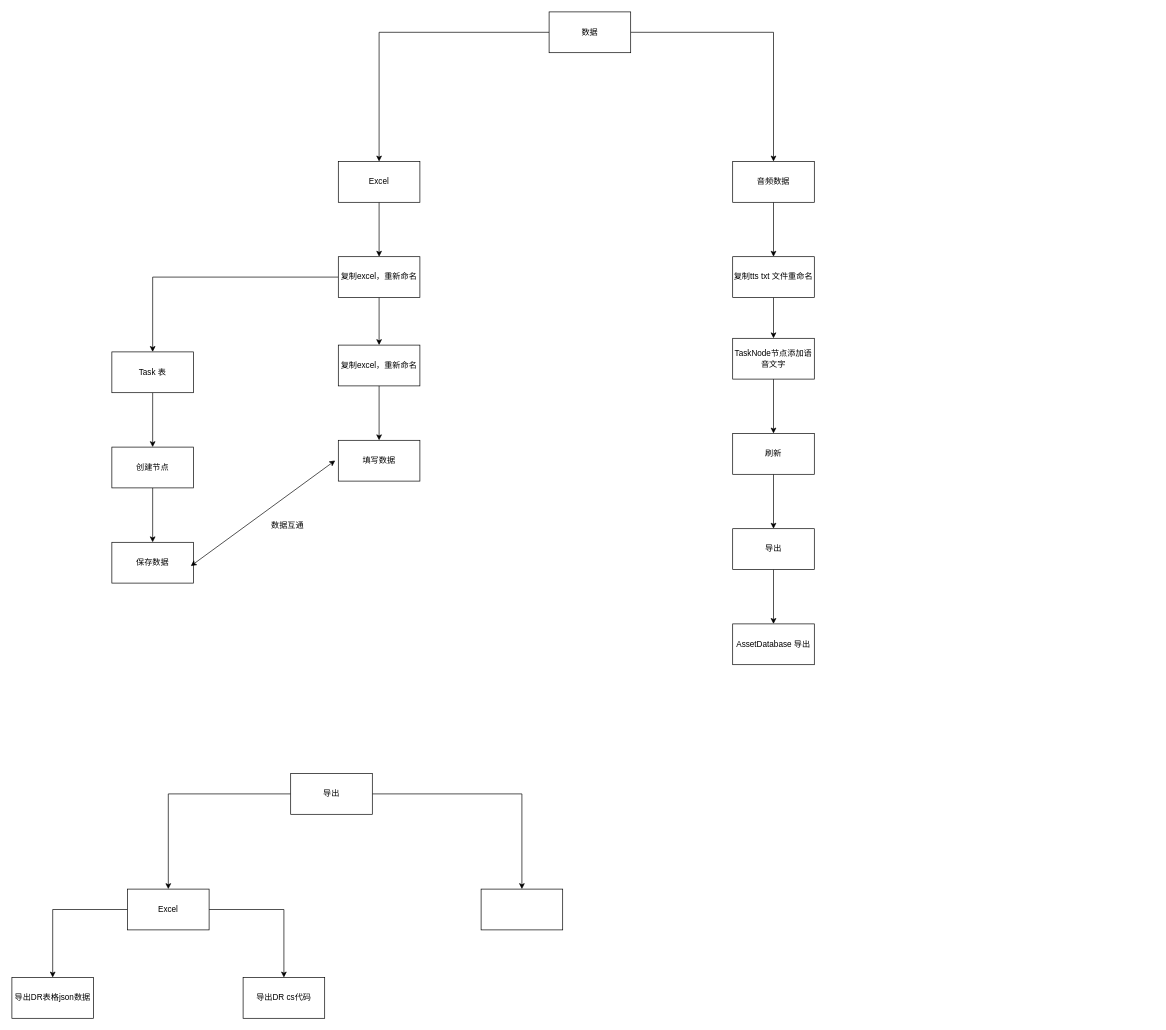
Earlier version of the draw.io diagram page "confg 配置" (3 of 10) of GT/GT.drawio (xzp3094997376/DrawIO). Source tidied: cells renumbered, new cells numbered last; positions are measured from the earlier drawing's top-left corner, leaving out a move shared by most shapes. Both pictures are drawn from the tidied source at 68%, with x=0, y=0 at pixel (12, 12).
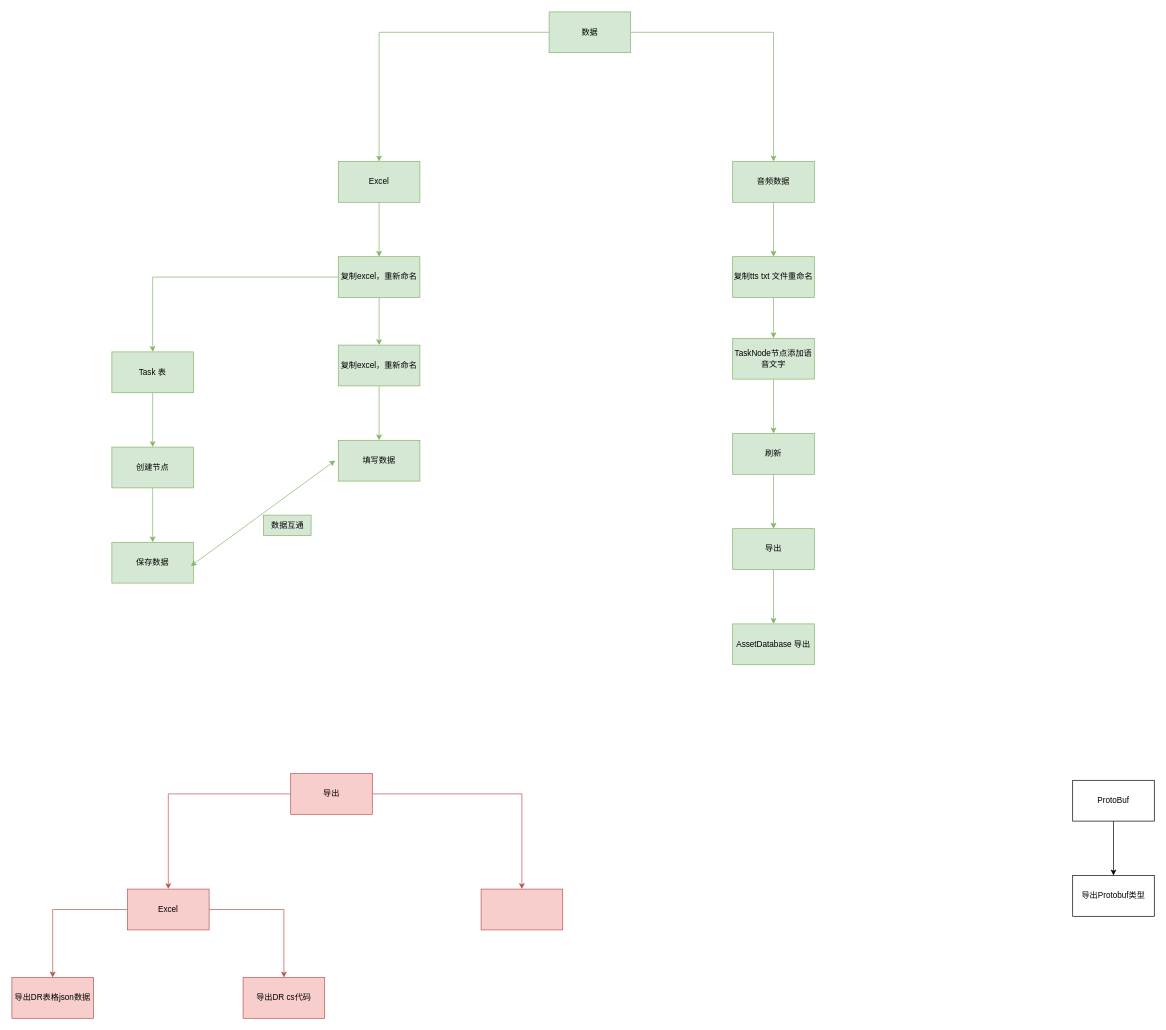
The same page after the edit.

The edit, as a diff of the source:
```diff
@@
-    <mxCell id="2" style="edgeStyle=orthogonalEdgeStyle;rounded=0;jettySize=auto;html=1;" parent="1" edge="1" source="4" target="6">
+    <mxCell id="2" style="edgeStyle=orthogonalEdgeStyle;rounded=0;jettySize=auto;html=1;fillColor=#d5e8d4;strokeColor=#82b366;" parent="1" edge="1" source="4" target="6">
       <mxGeometry relative="1" as="geometry" />
     </mxCell>
-    <mxCell id="3" style="edgeStyle=orthogonalEdgeStyle;rounded=0;jettySize=auto;html=1;" parent="1" edge="1" source="4" target="19">
+    <mxCell id="3" style="edgeStyle=orthogonalEdgeStyle;rounded=0;jettySize=auto;html=1;fillColor=#d5e8d4;strokeColor=#82b366;" parent="1" edge="1" source="4" target="19">
       <mxGeometry relative="1" as="geometry" />
     </mxCell>
-    <mxCell id="4" value="数据" style="whiteSpace=wrap;html=1;" parent="1" vertex="1">
+    <mxCell id="4" value="数据" style="whiteSpace=wrap;html=1;fillColor=#d5e8d4;strokeColor=#82b366;" parent="1" vertex="1">
       <mxGeometry x="790" width="120" height="60" as="geometry" />
     </mxCell>
-    <mxCell id="5" style="edgeStyle=orthogonalEdgeStyle;rounded=0;jettySize=auto;html=1;" parent="1" edge="1" source="6" target="9">
+    <mxCell id="5" style="edgeStyle=orthogonalEdgeStyle;rounded=0;jettySize=auto;html=1;fillColor=#d5e8d4;strokeColor=#82b366;" parent="1" edge="1" source="6" target="9">
       <mxGeometry relative="1" as="geometry" />
     </mxCell>
-    <mxCell id="6" value="Excel" style="whiteSpace=wrap;html=1;" parent="1" vertex="1">
+    <mxCell id="6" value="Excel" style="whiteSpace=wrap;html=1;fillColor=#d5e8d4;strokeColor=#82b366;" parent="1" vertex="1">
       <mxGeometry x="480" y="220" width="120" height="60" as="geometry" />
     </mxCell>
-    <mxCell id="7" style="edgeStyle=orthogonalEdgeStyle;rounded=0;jettySize=auto;html=1;" parent="1" edge="1" source="9" target="11">
+    <mxCell id="7" style="edgeStyle=orthogonalEdgeStyle;rounded=0;jettySize=auto;html=1;fillColor=#d5e8d4;strokeColor=#82b366;" parent="1" edge="1" source="9" target="11">
       <mxGeometry relative="1" as="geometry" />
     </mxCell>
-    <mxCell id="8" style="edgeStyle=orthogonalEdgeStyle;rounded=0;jettySize=auto;html=1;" parent="1" edge="1" source="9" target="16">
+    <mxCell id="8" style="edgeStyle=orthogonalEdgeStyle;rounded=0;jettySize=auto;html=1;fillColor=#d5e8d4;strokeColor=#82b366;" parent="1" edge="1" source="9" target="16">
       <mxGeometry relative="1" as="geometry" />
     </mxCell>
-    <mxCell id="9" value="复制excel，重新命名&lt;br&gt;" style="whiteSpace=wrap;html=1;" parent="1" vertex="1">
+    <mxCell id="9" value="复制excel，重新命名&lt;br&gt;" style="whiteSpace=wrap;html=1;fillColor=#d5e8d4;strokeColor=#82b366;" parent="1" vertex="1">
       <mxGeometry x="480" y="360" width="120" height="60" as="geometry" />
     </mxCell>
-    <mxCell id="10" style="edgeStyle=orthogonalEdgeStyle;rounded=0;jettySize=auto;html=1;" parent="1" edge="1" source="11" target="13">
+    <mxCell id="10" style="edgeStyle=orthogonalEdgeStyle;rounded=0;jettySize=auto;html=1;fillColor=#d5e8d4;strokeColor=#82b366;" parent="1" edge="1" source="11" target="13">
       <mxGeometry relative="1" as="geometry" />
     </mxCell>
-    <mxCell id="11" value="Task 表&lt;br&gt;" style="whiteSpace=wrap;html=1;" parent="1" vertex="1">
+    <mxCell id="11" value="Task 表&lt;br&gt;" style="whiteSpace=wrap;html=1;fillColor=#d5e8d4;strokeColor=#82b366;" parent="1" vertex="1">
       <mxGeometry x="147" y="500" width="120" height="60" as="geometry" />
     </mxCell>
-    <mxCell id="12" style="edgeStyle=orthogonalEdgeStyle;rounded=0;jettySize=auto;html=1;" parent="1" edge="1" source="13" target="14">
+    <mxCell id="12" style="edgeStyle=orthogonalEdgeStyle;rounded=0;jettySize=auto;html=1;fillColor=#d5e8d4;strokeColor=#82b366;" parent="1" edge="1" source="13" target="14">
       <mxGeometry relative="1" as="geometry" />
     </mxCell>
-    <mxCell id="13" value="创建节点&lt;br&gt;" style="whiteSpace=wrap;html=1;" parent="1" vertex="1">
+    <mxCell id="13" value="创建节点&lt;br&gt;" style="whiteSpace=wrap;html=1;fillColor=#d5e8d4;strokeColor=#82b366;" parent="1" vertex="1">
       <mxGeometry x="147" y="640" width="120" height="60" as="geometry" />
     </mxCell>
-    <mxCell id="14" value="保存数据" style="whiteSpace=wrap;html=1;" parent="1" vertex="1">
+    <mxCell id="14" value="保存数据" style="whiteSpace=wrap;html=1;fillColor=#d5e8d4;strokeColor=#82b366;" parent="1" vertex="1">
       <mxGeometry x="147" y="780" width="120" height="60" as="geometry" />
     </mxCell>
-    <mxCell id="15" style="edgeStyle=orthogonalEdgeStyle;rounded=0;jettySize=auto;html=1;" parent="1" edge="1" source="16" target="17">
+    <mxCell id="15" style="edgeStyle=orthogonalEdgeStyle;rounded=0;jettySize=auto;html=1;fillColor=#d5e8d4;strokeColor=#82b366;" parent="1" edge="1" source="16" target="17">
       <mxGeometry relative="1" as="geometry" />
     </mxCell>
-    <mxCell id="16" value="复制excel，重新命名&lt;br&gt;" style="whiteSpace=wrap;html=1;" parent="1" vertex="1">
+    <mxCell id="16" value="复制excel，重新命名&lt;br&gt;" style="whiteSpace=wrap;html=1;fillColor=#d5e8d4;strokeColor=#82b366;" parent="1" vertex="1">
       <mxGeometry x="480" y="490" width="120" height="60" as="geometry" />
     </mxCell>
-    <mxCell id="17" value="填写数据" style="whiteSpace=wrap;html=1;" parent="1" vertex="1">
+    <mxCell id="17" value="填写数据" style="whiteSpace=wrap;html=1;fillColor=#d5e8d4;strokeColor=#82b366;" parent="1" vertex="1">
       <mxGeometry x="480" y="630" width="120" height="60" as="geometry" />
     </mxCell>
-    <mxCell id="18" style="edgeStyle=orthogonalEdgeStyle;rounded=0;jettySize=auto;html=1;" parent="1" edge="1" source="19" target="21">
+    <mxCell id="18" style="edgeStyle=orthogonalEdgeStyle;rounded=0;jettySize=auto;html=1;fillColor=#d5e8d4;strokeColor=#82b366;" parent="1" edge="1" source="19" target="21">
       <mxGeometry relative="1" as="geometry" />
     </mxCell>
-    <mxCell id="19" value="音频数据" style="whiteSpace=wrap;html=1;" parent="1" vertex="1">
+    <mxCell id="19" value="音频数据" style="whiteSpace=wrap;html=1;fillColor=#d5e8d4;strokeColor=#82b366;" parent="1" vertex="1">
       <mxGeometry x="1060" y="220" width="120" height="60" as="geometry" />
     </mxCell>
-    <mxCell id="20" style="edgeStyle=orthogonalEdgeStyle;rounded=0;jettySize=auto;html=1;" parent="1" edge="1" source="21" target="23">
+    <mxCell id="20" style="edgeStyle=orthogonalEdgeStyle;rounded=0;jettySize=auto;html=1;fillColor=#d5e8d4;strokeColor=#82b366;" parent="1" edge="1" source="21" target="23">
       <mxGeometry relative="1" as="geometry" />
     </mxCell>
-    <mxCell id="21" value="复制tts txt 文件重命名" style="whiteSpace=wrap;html=1;" parent="1" vertex="1">
+    <mxCell id="21" value="复制tts txt 文件重命名" style="whiteSpace=wrap;html=1;fillColor=#d5e8d4;strokeColor=#82b366;" parent="1" vertex="1">
       <mxGeometry x="1060" y="360" width="120" height="60" as="geometry" />
     </mxCell>
-    <mxCell id="22" style="edgeStyle=orthogonalEdgeStyle;rounded=0;jettySize=auto;html=1;" parent="1" edge="1" source="23" target="25">
+    <mxCell id="22" style="edgeStyle=orthogonalEdgeStyle;rounded=0;jettySize=auto;html=1;fillColor=#d5e8d4;strokeColor=#82b366;" parent="1" edge="1" source="23" target="25">
       <mxGeometry relative="1" as="geometry" />
     </mxCell>
-    <mxCell id="23" value="TaskNode节点添加语音文字" style="whiteSpace=wrap;html=1;" parent="1" vertex="1">
+    <mxCell id="23" value="TaskNode节点添加语音文字" style="whiteSpace=wrap;html=1;fillColor=#d5e8d4;strokeColor=#82b366;" parent="1" vertex="1">
       <mxGeometry x="1060" y="480" width="120" height="60" as="geometry" />
     </mxCell>
-    <mxCell id="24" style="edgeStyle=orthogonalEdgeStyle;rounded=0;jettySize=auto;html=1;" parent="1" edge="1" source="25" target="27">
+    <mxCell id="24" style="edgeStyle=orthogonalEdgeStyle;rounded=0;jettySize=auto;html=1;fillColor=#d5e8d4;strokeColor=#82b366;" parent="1" edge="1" source="25" target="27">
       <mxGeometry relative="1" as="geometry" />
     </mxCell>
-    <mxCell id="25" value="刷新" style="whiteSpace=wrap;html=1;" parent="1" vertex="1">
+    <mxCell id="25" value="刷新" style="whiteSpace=wrap;html=1;fillColor=#d5e8d4;strokeColor=#82b366;" parent="1" vertex="1">
       <mxGeometry x="1060" y="620" width="120" height="60" as="geometry" />
     </mxCell>
-    <mxCell id="26" style="edgeStyle=orthogonalEdgeStyle;rounded=0;jettySize=auto;html=1;" parent="1" edge="1" source="27" target="28">
+    <mxCell id="26" style="edgeStyle=orthogonalEdgeStyle;rounded=0;jettySize=auto;html=1;fillColor=#d5e8d4;strokeColor=#82b366;" parent="1" edge="1" source="27" target="28">
       <mxGeometry relative="1" as="geometry" />
     </mxCell>
-    <mxCell id="27" value="导出" style="whiteSpace=wrap;html=1;" parent="1" vertex="1">
+    <mxCell id="27" value="导出" style="whiteSpace=wrap;html=1;fillColor=#d5e8d4;strokeColor=#82b366;" parent="1" vertex="1">
       <mxGeometry x="1060" y="760" width="120" height="60" as="geometry" />
     </mxCell>
-    <mxCell id="28" value="AssetDatabase 导出" style="whiteSpace=wrap;html=1;" parent="1" vertex="1">
+    <mxCell id="28" value="AssetDatabase 导出" style="whiteSpace=wrap;html=1;fillColor=#d5e8d4;strokeColor=#82b366;" parent="1" vertex="1">
       <mxGeometry x="1060" y="900" width="120" height="60" as="geometry" />
     </mxCell>
-    <mxCell id="29" style="edgeStyle=orthogonalEdgeStyle;rounded=0;jettySize=auto;html=1;" parent="1" edge="1" source="31" target="34">
+    <mxCell id="29" style="edgeStyle=orthogonalEdgeStyle;rounded=0;jettySize=auto;html=1;fillColor=#f8cecc;strokeColor=#b85450;" parent="1" edge="1" source="31" target="34">
       <mxGeometry relative="1" as="geometry" />
     </mxCell>
-    <mxCell id="30" style="edgeStyle=orthogonalEdgeStyle;rounded=0;jettySize=auto;html=1;" parent="1" edge="1" source="31" target="37">
+    <mxCell id="30" style="edgeStyle=orthogonalEdgeStyle;rounded=0;jettySize=auto;html=1;fillColor=#f8cecc;strokeColor=#b85450;" parent="1" edge="1" source="31" target="37">
       <mxGeometry relative="1" as="geometry" />
     </mxCell>
-    <mxCell id="31" value="导出" style="whiteSpace=wrap;html=1;" parent="1" vertex="1">
+    <mxCell id="31" value="导出" style="whiteSpace=wrap;html=1;fillColor=#f8cecc;strokeColor=#b85450;" parent="1" vertex="1">
       <mxGeometry x="410" y="1120" width="120" height="60" as="geometry" />
     </mxCell>
-    <mxCell id="32" style="edgeStyle=orthogonalEdgeStyle;rounded=0;jettySize=auto;html=1;" parent="1" edge="1" source="34" target="35">
+    <mxCell id="32" style="edgeStyle=orthogonalEdgeStyle;rounded=0;jettySize=auto;html=1;fillColor=#f8cecc;strokeColor=#b85450;" parent="1" edge="1" source="34" target="35">
       <mxGeometry relative="1" as="geometry" />
     </mxCell>
-    <mxCell id="33" style="edgeStyle=orthogonalEdgeStyle;rounded=0;jettySize=auto;html=1;" parent="1" edge="1" source="34" target="36">
+    <mxCell id="33" style="edgeStyle=orthogonalEdgeStyle;rounded=0;jettySize=auto;html=1;fillColor=#f8cecc;strokeColor=#b85450;" parent="1" edge="1" source="34" target="36">
       <mxGeometry relative="1" as="geometry" />
     </mxCell>
-    <mxCell id="34" value="Excel" style="whiteSpace=wrap;html=1;" parent="1" vertex="1">
+    <mxCell id="34" value="Excel" style="whiteSpace=wrap;html=1;fillColor=#f8cecc;strokeColor=#b85450;" parent="1" vertex="1">
       <mxGeometry x="170" y="1290" width="120" height="60" as="geometry" />
     </mxCell>
-    <mxCell id="35" value="导出DR表格json数据" style="whiteSpace=wrap;html=1;" parent="1" vertex="1">
+    <mxCell id="35" value="导出DR表格json数据" style="whiteSpace=wrap;html=1;fillColor=#f8cecc;strokeColor=#b85450;" parent="1" vertex="1">
       <mxGeometry y="1420" width="120" height="60" as="geometry" />
     </mxCell>
-    <mxCell id="36" value="导出DR cs代码" style="whiteSpace=wrap;html=1;" parent="1" vertex="1">
+    <mxCell id="36" value="导出DR cs代码" style="whiteSpace=wrap;html=1;fillColor=#f8cecc;strokeColor=#b85450;" parent="1" vertex="1">
       <mxGeometry x="340" y="1420" width="120" height="60" as="geometry" />
     </mxCell>
-    <mxCell id="37" style="whiteSpace=wrap;html=1;" parent="1" vertex="1">
+    <mxCell id="37" style="whiteSpace=wrap;html=1;fillColor=#f8cecc;strokeColor=#b85450;" parent="1" vertex="1">
       <mxGeometry x="690" y="1290" width="120" height="60" as="geometry" />
     </mxCell>
-    <mxCell id="38" style="endArrow=classic;startArrow=classic;html=1;rounded=0;exitX=0.967;exitY=0.582;exitDx=0;exitDy=0;exitPerimeter=0;entryX=-0.038;entryY=0.495;entryDx=0;entryDy=0;entryPerimeter=0;" parent="1" edge="1" source="14" target="17">
+    <mxCell id="38" style="endArrow=classic;startArrow=classic;html=1;rounded=0;exitX=0.967;exitY=0.582;exitDx=0;exitDy=0;exitPerimeter=0;entryX=-0.038;entryY=0.495;entryDx=0;entryDy=0;entryPerimeter=0;fillColor=#d5e8d4;strokeColor=#82b366;" parent="1" edge="1" source="14" target="17">
       <mxGeometry relative="1" as="geometry" />
     </mxCell>
-    <mxCell id="39" value="数据互通" style="text;html=1;align=center;verticalAlign=middle;strokeColor=none;fillColor=none;" parent="1" vertex="1">
+    <mxCell id="39" value="数据互通" style="text;html=1;align=center;verticalAlign=middle;strokeColor=#82b366;fillColor=#d5e8d4;" parent="1" vertex="1">
       <mxGeometry x="370" y="740" width="70" height="30" as="geometry" />
     </mxCell>
+    <mxCell id="40" style="edgeStyle=orthogonalEdgeStyle;rounded=0;jettySize=auto;html=1;" parent="1" edge="1" source="41" target="42">
+      <mxGeometry relative="1" as="geometry" />
+    </mxCell>
+    <mxCell id="41" value="ProtoBuf" style="whiteSpace=wrap;html=1;" parent="1" vertex="1">
+      <mxGeometry x="1560" y="1130" width="120" height="60" as="geometry" />
+    </mxCell>
+    <mxCell id="42" value="导出Protobuf类型" style="whiteSpace=wrap;html=1;" parent="1" vertex="1">
+      <mxGeometry x="1560" y="1270" width="120" height="60" as="geometry" />
+    </mxCell>
```
